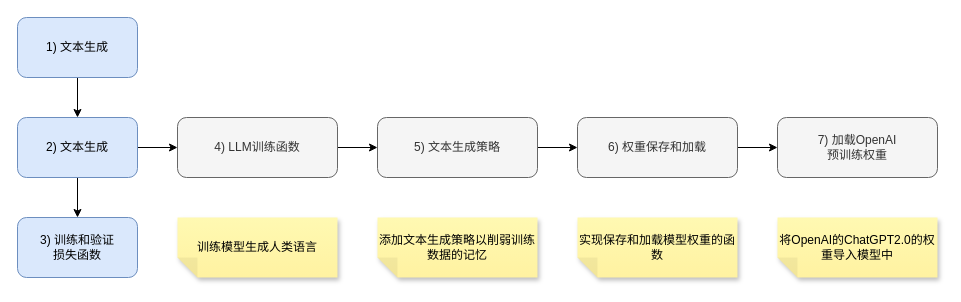
Earlier version of the draw.io diagram page "第 2 页" (2 of 14) of images/LLM-4.drawio (caoaolong/llm-teach). Source tidied: cells renumbered, new cells numbered last; positions are measured from the earlier drawing's top-left corner, leaving out a move shared by most shapes. Both pictures are drawn from the tidied source at 100%, with x=0, y=0 at pixel (17, 17).
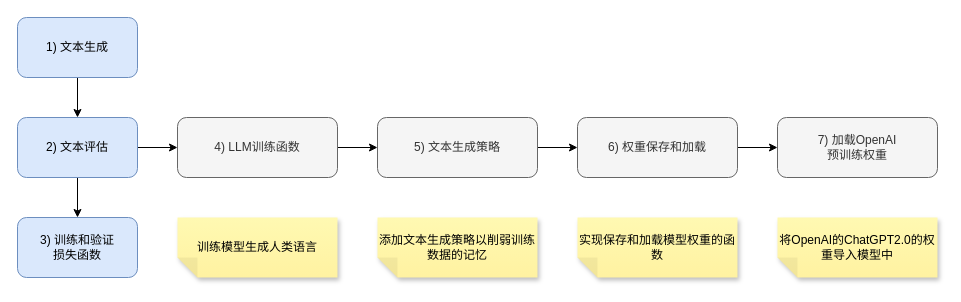
After the change.

What changed in the source:
```diff
@@
 <mxGraphModel>
   <root>
     <mxCell id="0" />
     <mxCell id="1" parent="0" />
     <mxCell id="2" style="edgeStyle=orthogonalEdgeStyle;rounded=0;jettySize=auto;html=1;" parent="1" edge="1" source="3" target="6">
       <mxGeometry relative="1" as="geometry" />
     </mxCell>
     <mxCell id="3" value="1) 文本生成" style="rounded=1;whiteSpace=wrap;html=1;fillColor=#dae8fc;strokeColor=#6c8ebf;fontFamily=Maple Mono NF CN;" parent="1" vertex="1">
       <mxGeometry width="120" height="60" as="geometry" />
     </mxCell>
     <mxCell id="4" style="edgeStyle=orthogonalEdgeStyle;rounded=0;jettySize=auto;html=1;" parent="1" edge="1" source="6" target="7">
       <mxGeometry relative="1" as="geometry" />
     </mxCell>
     <mxCell id="5" style="edgeStyle=orthogonalEdgeStyle;rounded=0;jettySize=auto;html=1;" parent="1" edge="1" source="6" target="9">
       <mxGeometry relative="1" as="geometry" />
     </mxCell>
-    <mxCell id="6" value="2) 文本生成" style="rounded=1;whiteSpace=wrap;html=1;fillColor=#dae8fc;strokeColor=#6c8ebf;fontFamily=Maple Mono NF CN;" parent="1" vertex="1">
+    <mxCell id="6" value="2) 文本评估" style="rounded=1;whiteSpace=wrap;html=1;fillColor=#dae8fc;strokeColor=#6c8ebf;fontFamily=Maple Mono NF CN;" parent="1" vertex="1">
       <mxGeometry y="100" width="120" height="60" as="geometry" />
     </mxCell>
     <mxCell id="7" value="3) 训练和验证&lt;div&gt;损失函数&lt;/div&gt;" style="rounded=1;whiteSpace=wrap;html=1;fillColor=#dae8fc;strokeColor=#6c8ebf;fontFamily=Maple Mono NF CN;" parent="1" vertex="1">
       <mxGeometry y="200" width="120" height="60" as="geometry" />
     </mxCell>
     <mxCell id="8" style="edgeStyle=orthogonalEdgeStyle;rounded=0;jettySize=auto;html=1;" parent="1" edge="1" source="9" target="11">
       <mxGeometry relative="1" as="geometry" />
     </mxCell>
     <mxCell id="9" value="4) LLM训练函数" style="rounded=1;whiteSpace=wrap;html=1;fillColor=#f5f5f5;strokeColor=#666666;fontFamily=Maple Mono NF CN;fontColor=#333333;" parent="1" vertex="1">
       <mxGeometry x="160" y="100" width="160" height="60" as="geometry" />
     </mxCell>
     <mxCell id="10" style="edgeStyle=orthogonalEdgeStyle;rounded=0;jettySize=auto;html=1;" parent="1" edge="1" source="11" target="13">
       <mxGeometry relative="1" as="geometry" />
     </mxCell>
     <mxCell id="11" value="5) 文本生成策略" style="rounded=1;whiteSpace=wrap;html=1;fillColor=#f5f5f5;strokeColor=#666666;fontFamily=Maple Mono NF CN;fontColor=#333333;" parent="1" vertex="1">
       <mxGeometry x="360" y="100" width="160" height="60" as="geometry" />
     </mxCell>
     <mxCell id="12" style="edgeStyle=orthogonalEdgeStyle;rounded=0;jettySize=auto;html=1;" parent="1" edge="1" source="13" target="14">
       <mxGeometry relative="1" as="geometry" />
     </mxCell>
     <mxCell id="13" value="6) 权重保存和加载" style="rounded=1;whiteSpace=wrap;html=1;fillColor=#f5f5f5;strokeColor=#666666;fontFamily=Maple Mono NF CN;fontColor=#333333;" parent="1" vertex="1">
       <mxGeometry x="560" y="100" width="160" height="60" as="geometry" />
     </mxCell>
     <mxCell id="14" value="7) 加载OpenAI&lt;div&gt;预训练权重&lt;/div&gt;" style="rounded=1;whiteSpace=wrap;html=1;fillColor=#f5f5f5;strokeColor=#666666;fontFamily=Maple Mono NF CN;fontColor=#333333;" parent="1" vertex="1">
       <mxGeometry x="760" y="100" width="160" height="60" as="geometry" />
     </mxCell>
     <mxCell id="15" value="训练模型生成人类语言" style="shape=note;whiteSpace=wrap;html=1;backgroundOutline=1;fontColor=#000000;darkOpacity=0.05;fillColor=#FFF9B2;strokeColor=none;fillStyle=solid;direction=west;gradientDirection=north;gradientColor=#FFF2A1;shadow=1;size=20;fontFamily=Maple Mono NF CN;" parent="1" vertex="1">
       <mxGeometry x="160" y="200" width="160" height="60" as="geometry" />
     </mxCell>
     <mxCell id="16" value="添加文本生成策略以削弱训练数据的记忆" style="shape=note;whiteSpace=wrap;html=1;backgroundOutline=1;fontColor=#000000;darkOpacity=0.05;fillColor=#FFF9B2;strokeColor=none;fillStyle=solid;direction=west;gradientDirection=north;gradientColor=#FFF2A1;shadow=1;size=20;fontFamily=Maple Mono NF CN;" parent="1" vertex="1">
       <mxGeometry x="360" y="200" width="160" height="60" as="geometry" />
     </mxCell>
     <mxCell id="17" value="实现保存和加载模型权重的函数" style="shape=note;whiteSpace=wrap;html=1;backgroundOutline=1;fontColor=#000000;darkOpacity=0.05;fillColor=#FFF9B2;strokeColor=none;fillStyle=solid;direction=west;gradientDirection=north;gradientColor=#FFF2A1;shadow=1;size=20;fontFamily=Maple Mono NF CN;" parent="1" vertex="1">
       <mxGeometry x="560" y="200" width="160" height="60" as="geometry" />
     </mxCell>
     <mxCell id="18" value="将OpenAI的ChatGPT2.0的权重导入模型中" style="shape=note;whiteSpace=wrap;html=1;backgroundOutline=1;fontColor=#000000;darkOpacity=0.05;fillColor=#FFF9B2;strokeColor=none;fillStyle=solid;direction=west;gradientDirection=north;gradientColor=#FFF2A1;shadow=1;size=20;fontFamily=Maple Mono NF CN;" parent="1" vertex="1">
       <mxGeometry x="760" y="200" width="160" height="60" as="geometry" />
     </mxCell>
   </root>
 </mxGraphModel>
```
